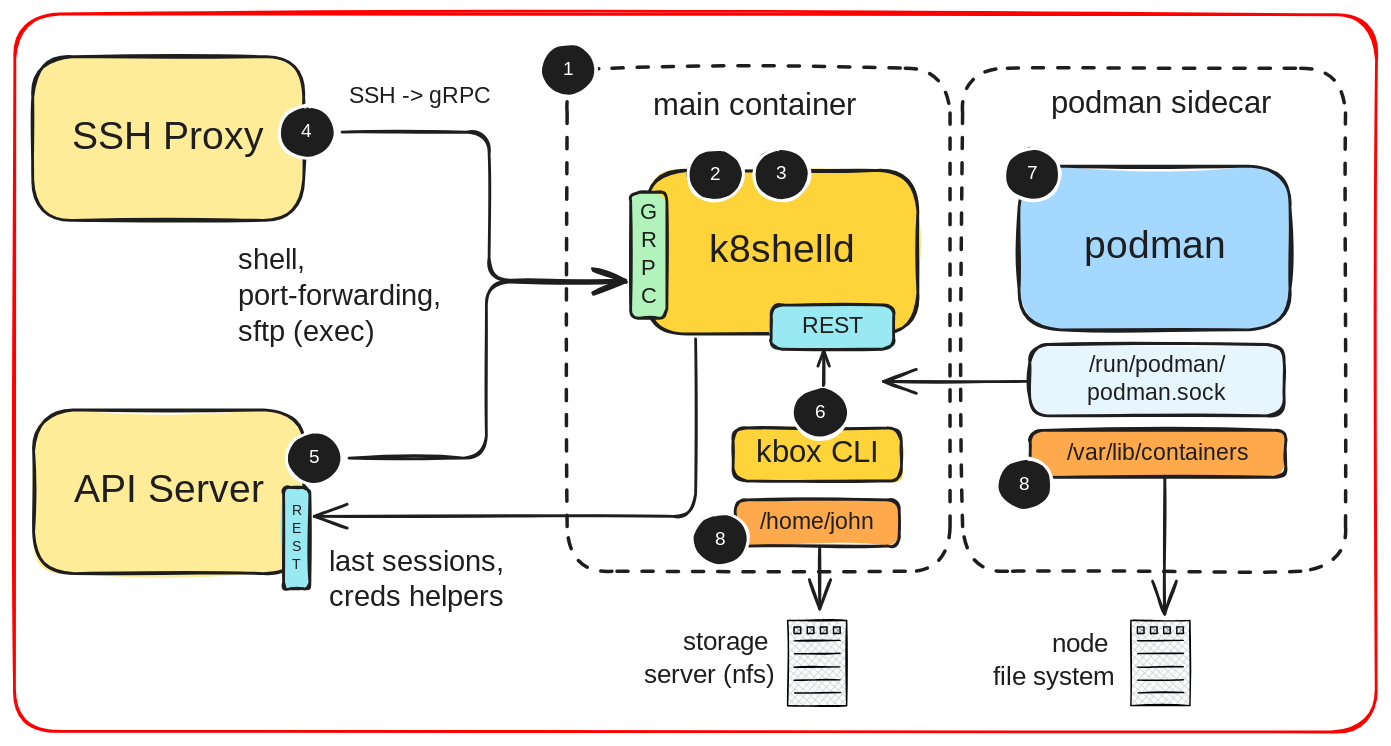
The Excalidraw diagram drawings/workspace-architecture.excalidraw.svg in k8shell-io/docs, before a commit. Source tidied: one line per element, renumbered; positions are measured from the earlier drawing's top-left corner, leaving out a move shared by most shapes.
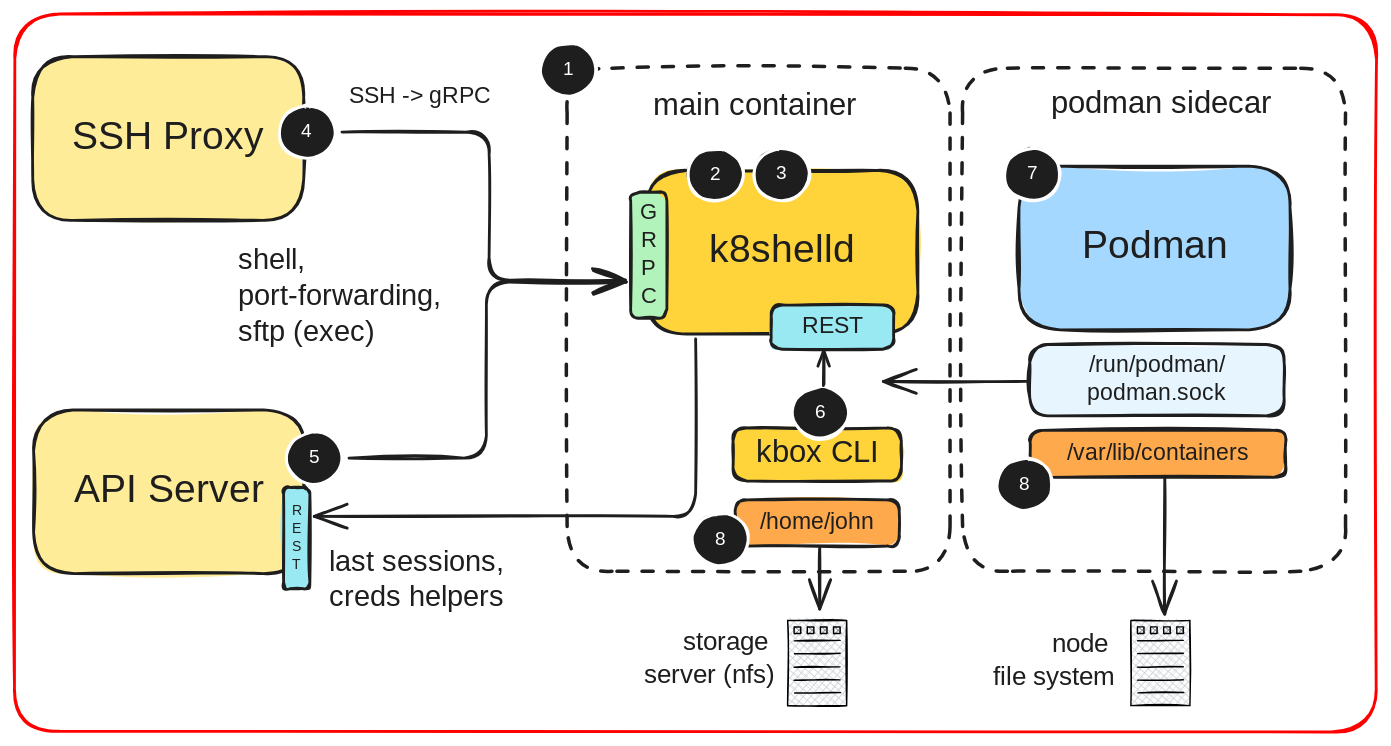
The same diagram one commit later.

The edit, as a diff of the source:
```diff
@@ -38,7 +38,7 @@
 {"id": 37, "type": "text", "text": "main container", "strokeColor": "#1e1e1e", "strokeWidth": 2, "strokeStyle": "dashed", "roughness": 1, "fontSize": 22.38, "fontFamily": 5, "x": 456, "y": 52, "width": 154, "height": 28}
 {"id": 38, "type": "text", "text": "podman sidecar", "strokeColor": "#1e1e1e", "strokeWidth": 2, "strokeStyle": "dashed", "roughness": 1, "fontSize": 22.38, "fontFamily": 5, "x": 741, "y": 51, "width": 164, "height": 28}
 {"id": 39, "type": "rectangle", "strokeColor": "#1e1e1e", "backgroundColor": "#a5d8ff", "fillStyle": "solid", "strokeWidth": 2, "roughness": 1, "round": true, "x": 718, "y": 108, "width": 194, "height": 117}
-{"id": 40, "type": "text", "text": "podman", "strokeColor": "#1e1e1e", "strokeWidth": 2, "roughness": 1, "fontSize": 28, "fontFamily": 5, "textAlign": "center", "verticalAlign": "middle", "inside": 39, "x": 765, "y": 149, "width": 98, "height": 35}
+{"id": 40, "type": "text", "text": "Podman", "strokeColor": "#1e1e1e", "strokeWidth": 2, "roughness": 1, "fontSize": 28, "fontFamily": 5, "textAlign": "center", "verticalAlign": "middle", "inside": 39, "x": 764, "y": 149, "width": 102, "height": 35}
 {"id": 41, "type": "rectangle", "strokeColor": "#1e1e1e", "backgroundColor": "#ffa94d", "fillStyle": "solid", "strokeWidth": 2, "roughness": 1, "round": true, "x": 515, "y": 347, "width": 117, "height": 33}
 {"id": 42, "type": "text", "text": "/home/john", "strokeColor": "#1e1e1e", "backgroundColor": "#ffa94d", "fillStyle": "solid", "strokeWidth": 2, "roughness": 1, "fontSize": 16.36, "fontFamily": 5, "textAlign": "center", "verticalAlign": "middle", "inside": 41, "x": 528, "y": 353, "width": 90, "height": 20}
 {"id": 43, "type": "rectangle", "strokeColor": "#1e1e1e", "backgroundColor": "#e7f5ff", "fillStyle": "solid", "strokeWidth": 2, "roughness": 1, "round": true, "x": 725, "y": 236, "width": 182, "height": 51}
```
